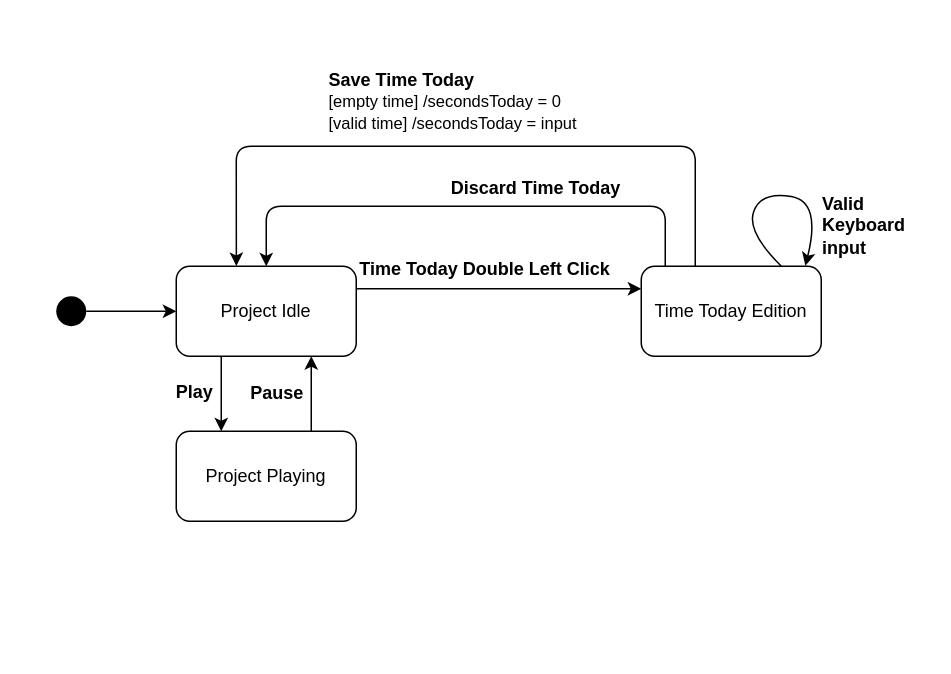
Before: docs/04_assignment/schema/02_edit_time_today/02_state_machine.drawio in Jumaruba/jtimesched, a draw.io diagram. Source tidied: cells renumbered, new cells numbered last; positions are measured from the earlier drawing's top-left corner, leaving out a move shared by most shapes. Both pictures are drawn from the tidied source at 150%, with x=0, y=0 at pixel (26, 26).
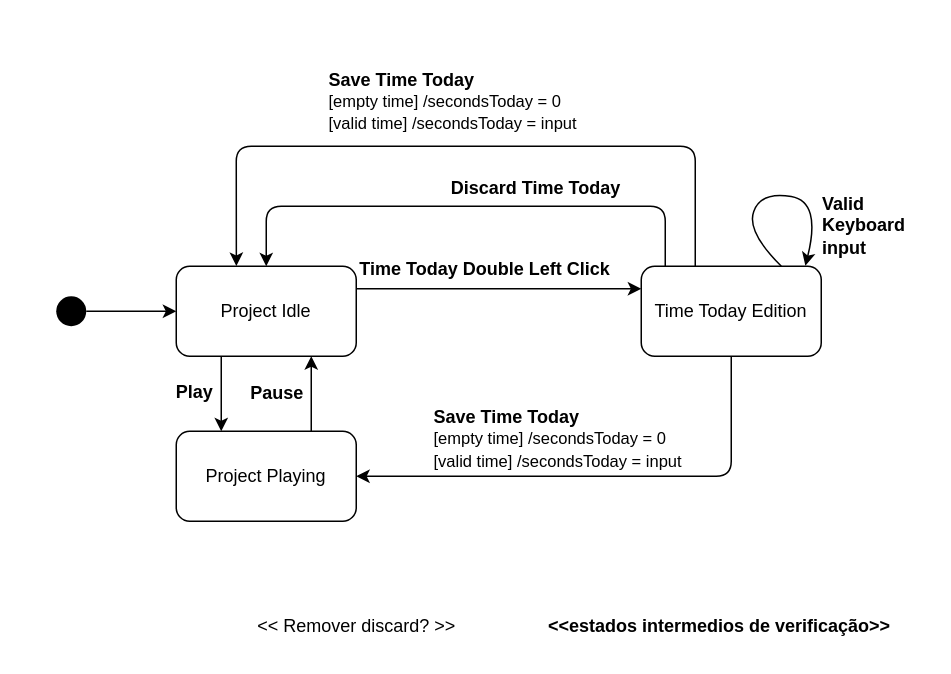
The same page after the edit.

The change refers to these unchanged cells:
```xml
<mxCell id="7" value="Time Today Edition" style="rounded=1;whiteSpace=wrap;html=1;fontColor=#000000;fillColor=none;strokeColor=#000000;" parent="1" vertex="1">
  <mxGeometry x="410" y="160" width="120" height="60" as="geometry" />
</mxCell>
<mxCell id="10" value="&lt;div&gt;&lt;b&gt;&lt;font style=&quot;font-size: 12px&quot;&gt;Discard Time Today&lt;/font&gt;&lt;/b&gt;&lt;/div&gt;&lt;span style=&quot;font-size: 11px&quot;&gt;&lt;br&gt;&lt;/span&gt;" style="text;html=1;strokeColor=none;fillColor=none;align=center;verticalAlign=middle;whiteSpace=wrap;rounded=0;fontColor=#000000;" parent="1" vertex="1">
  <mxGeometry x="250" y="100" width="180" height="30" as="geometry" />
</mxCell>
<mxCell id="12" value="&lt;div&gt;&lt;font&gt;&lt;b style=&quot;font-size: 12px&quot;&gt;Save Time Today&lt;/b&gt;&lt;br&gt;&lt;font style=&quot;font-size: 11px&quot;&gt;[empty time]&amp;nbsp;&lt;/font&gt;&lt;/font&gt;&lt;span style=&quot;font-size: 11px&quot;&gt;/secondsToday = 0&lt;/span&gt;&lt;/div&gt;&lt;div&gt;&lt;font style=&quot;font-size: 11px&quot;&gt;[valid time]&amp;nbsp;&lt;/font&gt;&lt;span style=&quot;font-size: 11px&quot;&gt;/secondsToday = input&lt;/span&gt;&lt;/div&gt;" style="text;html=1;strokeColor=none;fillColor=none;align=left;verticalAlign=middle;whiteSpace=wrap;rounded=0;fontColor=#000000;" parent="1" vertex="1">
  <mxGeometry x="200" width="210" height="100" as="geometry" />
</mxCell>
<mxCell id="14" value="Project Playing" style="rounded=1;whiteSpace=wrap;html=1;fontSize=12;fontColor=#000000;fillColor=none;strokeColor=#000000;" parent="1" vertex="1">
  <mxGeometry x="100" y="270" width="120" height="60" as="geometry" />
</mxCell>
```

Diff of the diagram source:
```diff
@@
+    <mxCell id="20" style="edgeStyle=none;html=1;exitX=0.5;exitY=1;exitDx=0;exitDy=0;entryX=1;entryY=0.5;entryDx=0;entryDy=0;strokeColor=#000000;" parent="1" edge="1" source="7" target="14">
+      <mxGeometry relative="1" as="geometry">
+        <Array as="points">
+          <mxPoint x="470" y="300" />
+        </Array>
+      </mxGeometry>
+    </mxCell>
@@
+    <mxCell id="21" style="edgeStyle=none;html=1;strokeColor=#000000;" parent="1" edge="1" source="10" target="12">
+      <mxGeometry relative="1" as="geometry" />
+    </mxCell>
@@
+    <mxCell id="22" value="&lt;div&gt;&lt;font&gt;&lt;b style=&quot;font-size: 12px&quot;&gt;Save Time Today&lt;/b&gt;&lt;br&gt;&lt;font style=&quot;font-size: 11px&quot;&gt;[empty time]&amp;nbsp;&lt;/font&gt;&lt;/font&gt;&lt;span style=&quot;font-size: 11px&quot;&gt;/secondsToday = 0&lt;/span&gt;&lt;/div&gt;&lt;div&gt;&lt;font style=&quot;font-size: 11px&quot;&gt;[valid time]&amp;nbsp;&lt;/font&gt;&lt;span style=&quot;font-size: 11px&quot;&gt;/secondsToday = input&lt;/span&gt;&lt;/div&gt;" style="text;html=1;strokeColor=none;fillColor=none;align=left;verticalAlign=middle;whiteSpace=wrap;rounded=0;fontColor=#000000;" parent="1" vertex="1">
+      <mxGeometry x="270" y="250" width="170" height="50" as="geometry" />
+    </mxCell>
+    <mxCell id="23" value="&amp;lt;&amp;lt; Remover discard? &amp;gt;&amp;gt;" style="text;html=1;align=center;verticalAlign=middle;strokeColor=none;fillColor=none;" parent="1" vertex="1">
+      <mxGeometry x="145" y="390" width="150" height="20" as="geometry" />
+    </mxCell>
+    <mxCell id="24" value="&lt;span&gt;&amp;lt;&amp;lt;estados intermedios de verificação&amp;gt;&amp;gt;&amp;nbsp;&lt;/span&gt;" style="text;html=1;strokeColor=none;fillColor=none;align=center;verticalAlign=middle;whiteSpace=wrap;rounded=0;fontStyle=1;" parent="1" vertex="1">
+      <mxGeometry x="328.5" y="385" width="270" height="30" as="geometry" />
+    </mxCell>
```
